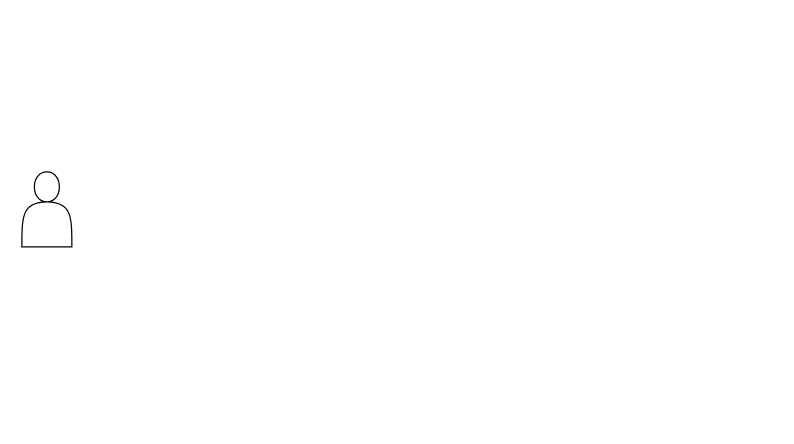
Earlier version of the draw.io diagram Bauwens C4 Lab.drawio (bbauwens/SWAD8470). Source tidied: cells renumbered, new cells numbered last; positions are measured from the earlier drawing's top-left corner, leaving out a move shared by most shapes. Both pictures are drawn from the tidied source at 125%, with x=0, y=0 at pixel (21, 171).
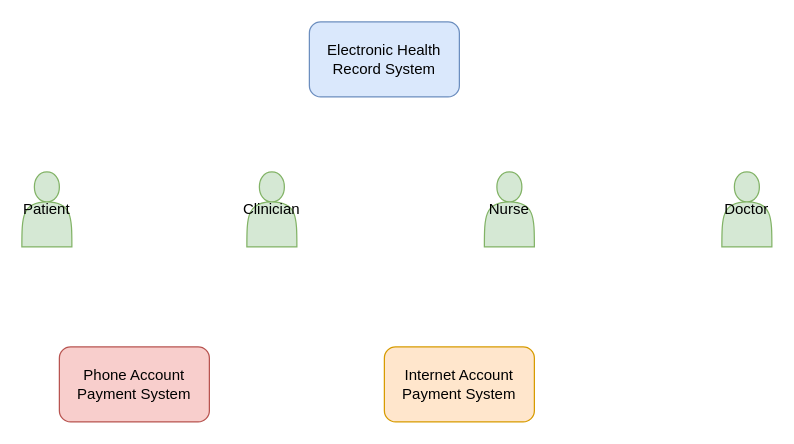
The same diagram, later.

Diff of the diagram source:
```diff
@@
 <mxGraphModel>
   <root>
     <mxCell id="0" />
     <mxCell id="1" parent="0" />
-    <mxCell id="2" style="shape=actor;whiteSpace=wrap;html=1;" parent="1" vertex="1">
+    <mxCell id="2" value="Patient" style="shape=actor;whiteSpace=wrap;html=1;fillColor=#d5e8d4;strokeColor=#82b366;" parent="1" vertex="1">
       <mxGeometry width="40" height="60" as="geometry" />
     </mxCell>
+    <mxCell id="3" value="Electronic Health Record System" style="rounded=1;whiteSpace=wrap;html=1;fillColor=#dae8fc;strokeColor=#6c8ebf;" parent="1" vertex="1">
+      <mxGeometry x="230" y="-120" width="120" height="60" as="geometry" />
+    </mxCell>
+    <mxCell id="4" value="Doctor" style="shape=actor;whiteSpace=wrap;html=1;fillColor=#d5e8d4;strokeColor=#82b366;" parent="1" vertex="1">
+      <mxGeometry x="560" width="40" height="60" as="geometry" />
+    </mxCell>
+    <mxCell id="5" value="Nurse" style="shape=actor;whiteSpace=wrap;html=1;fillColor=#d5e8d4;strokeColor=#82b366;" parent="1" vertex="1">
+      <mxGeometry x="370" width="40" height="60" as="geometry" />
+    </mxCell>
+    <mxCell id="6" value="Clinician" style="shape=actor;whiteSpace=wrap;html=1;fillColor=#d5e8d4;strokeColor=#82b366;" parent="1" vertex="1">
+      <mxGeometry x="180" width="40" height="60" as="geometry" />
+    </mxCell>
+    <mxCell id="7" value="Internet Account Payment System" style="rounded=1;whiteSpace=wrap;html=1;fillColor=#ffe6cc;strokeColor=#d79b00;" parent="1" vertex="1">
+      <mxGeometry x="290" y="140" width="120" height="60" as="geometry" />
+    </mxCell>
+    <mxCell id="8" value="Phone Account Payment System" style="rounded=1;whiteSpace=wrap;html=1;fillColor=#f8cecc;strokeColor=#b85450;" parent="1" vertex="1">
+      <mxGeometry x="30" y="140" width="120" height="60" as="geometry" />
+    </mxCell>
   </root>
 </mxGraphModel>
```
